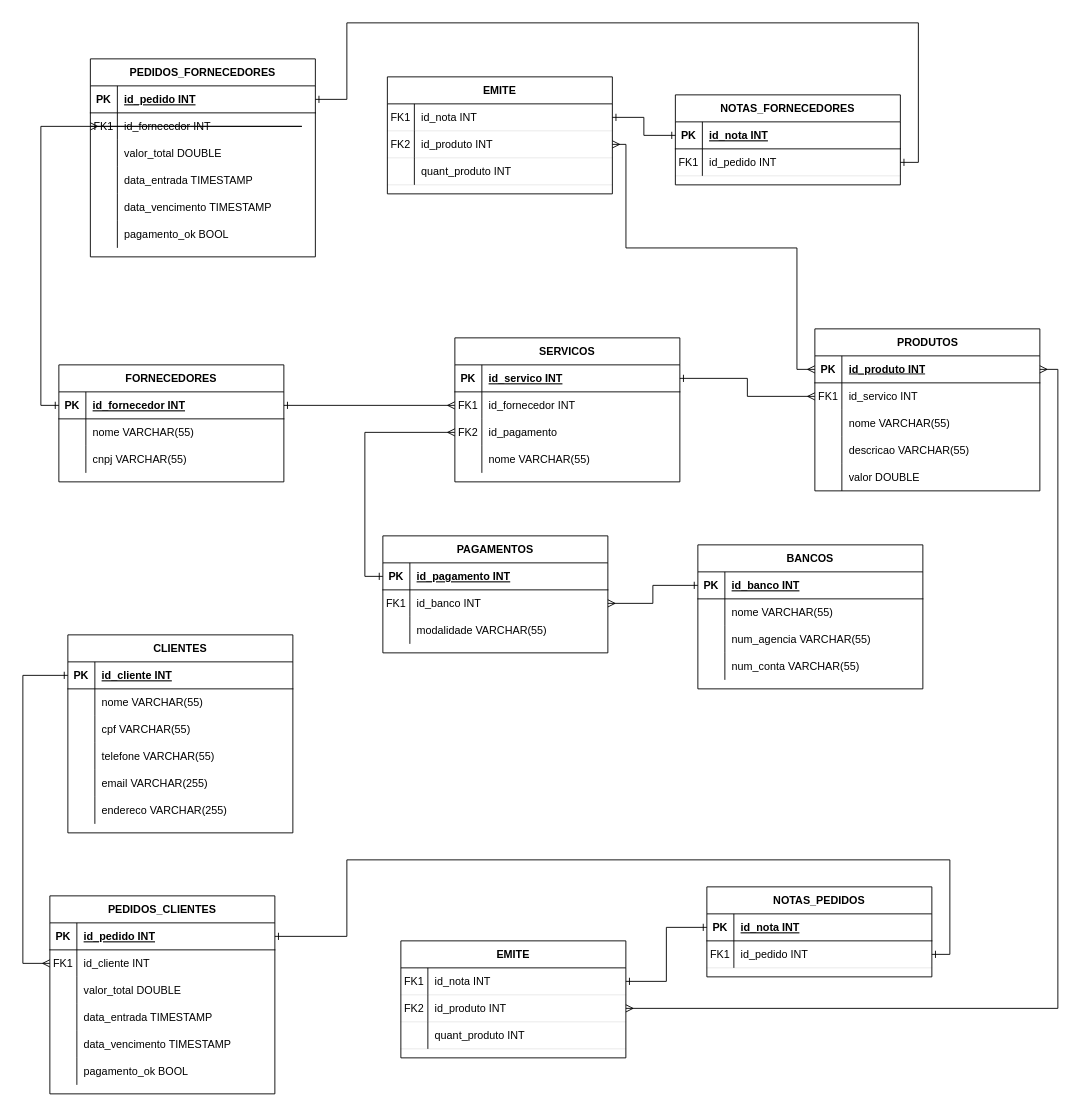
This is agência_de_turismo.drawio from GustavoSouza123/ERDs, a draw.io file, before an edit. Source tidied: cells renumbered, new cells numbered last; positions are measured from the earlier drawing's top-left corner, leaving out a move shared by most shapes. Both pictures are drawn from the tidied source at 90%, with x=0, y=0 at pixel (22, 22).
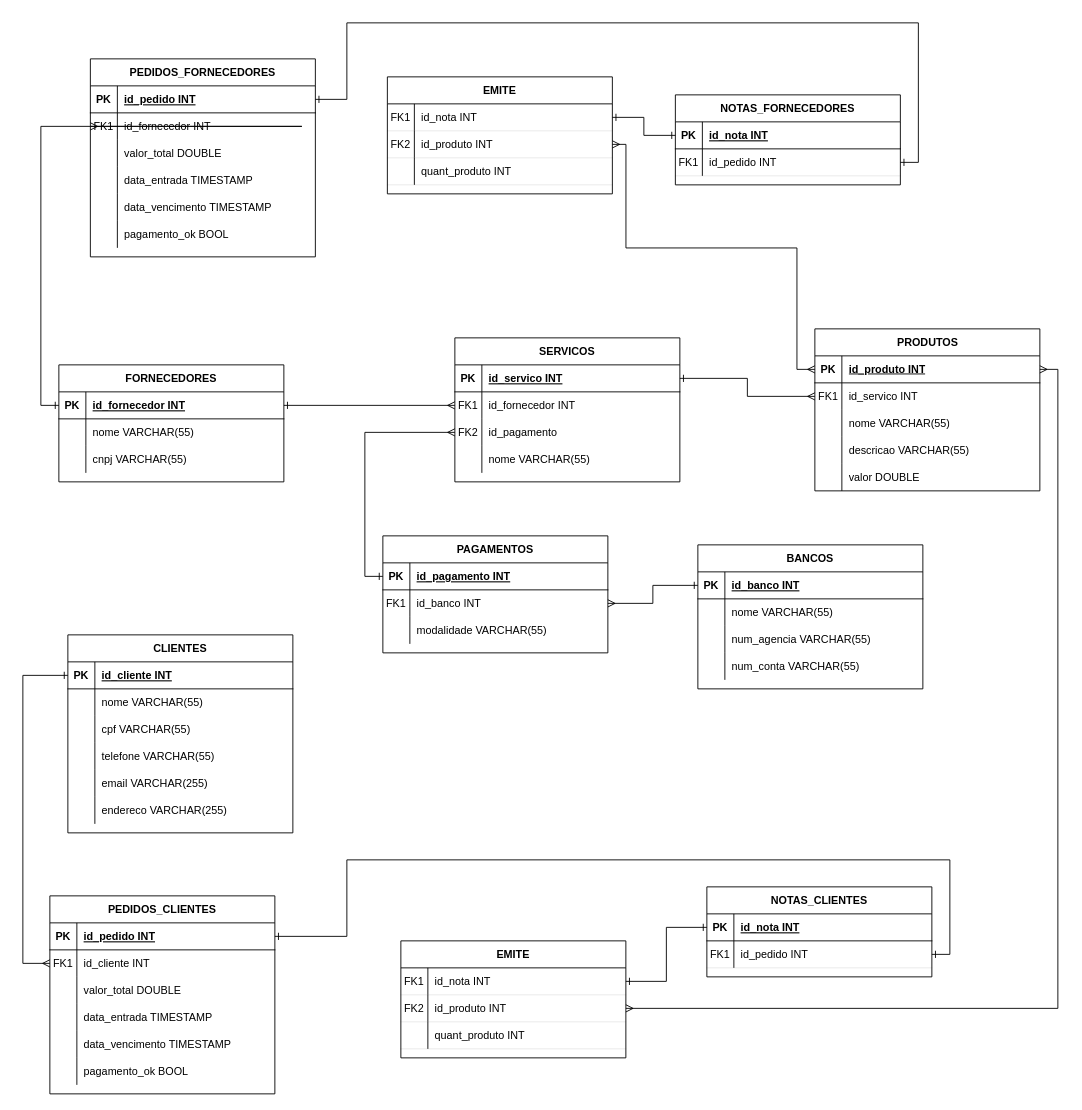
The same page after the edit.

Diff of the diagram source:
```diff
@@
-    <mxCell id="54" value="NOTAS_PEDIDOS" style="shape=table;startSize=30;childLayout=tableLayout;rowLines=0;fontStyle=1;align=center;" parent="1" vertex="1">
+    <mxCell id="54" value="NOTAS_CLIENTES" style="shape=table;startSize=30;childLayout=tableLayout;rowLines=0;fontStyle=1;align=center;" parent="1" vertex="1">
       <mxGeometry x="759.9" y="959.9" width="250" height="100" as="geometry" />
     </mxCell>
```
